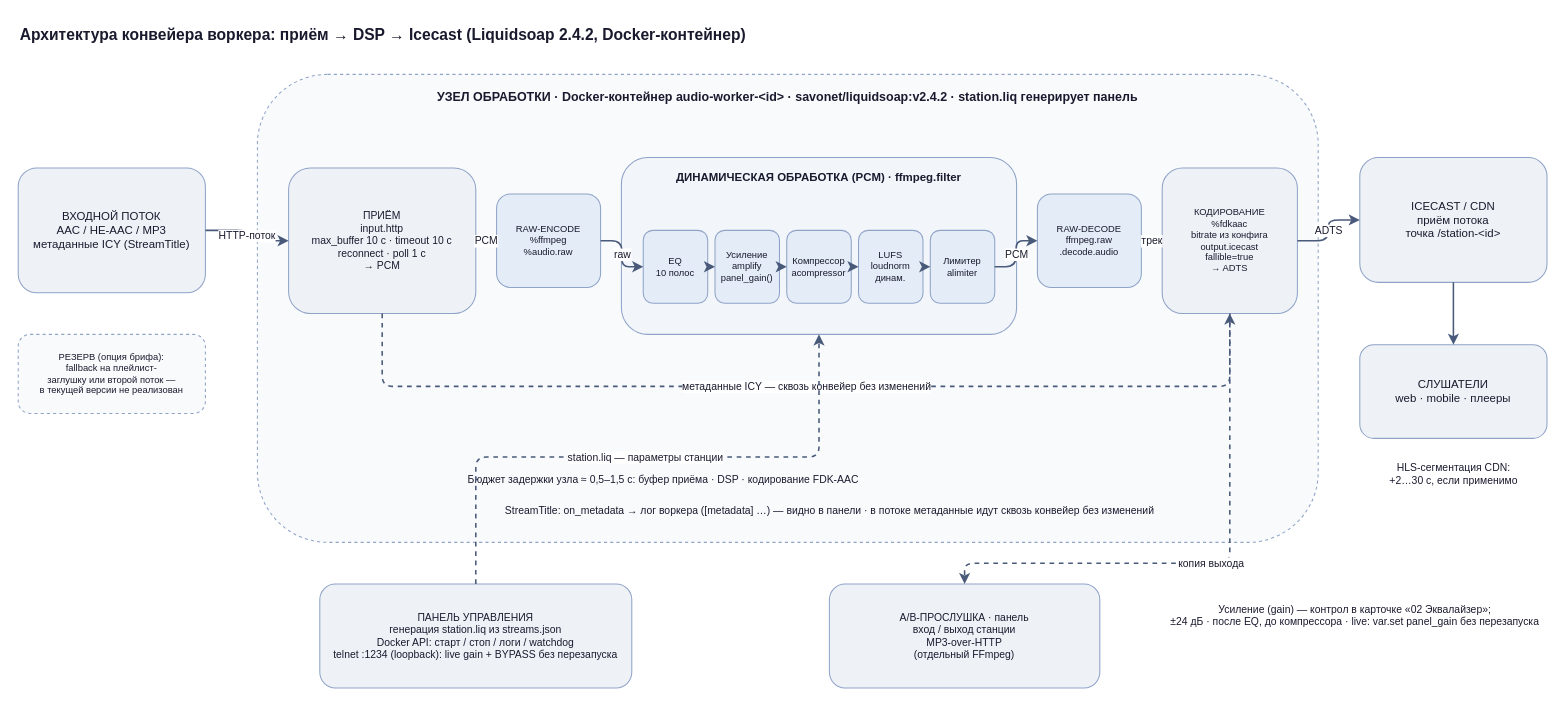
The draw.io diagram Архитектура Liquidsoap конвейера.drawio in svaganov/Dynamics-stream-processing, before the edit. Source tidied: cells renumbered, new cells numbered last; positions are measured from the earlier drawing's top-left corner, leaving out a move shared by most shapes. Both pictures are drawn from the tidied source at 104%, with x=0, y=0 at pixel (18, 18).
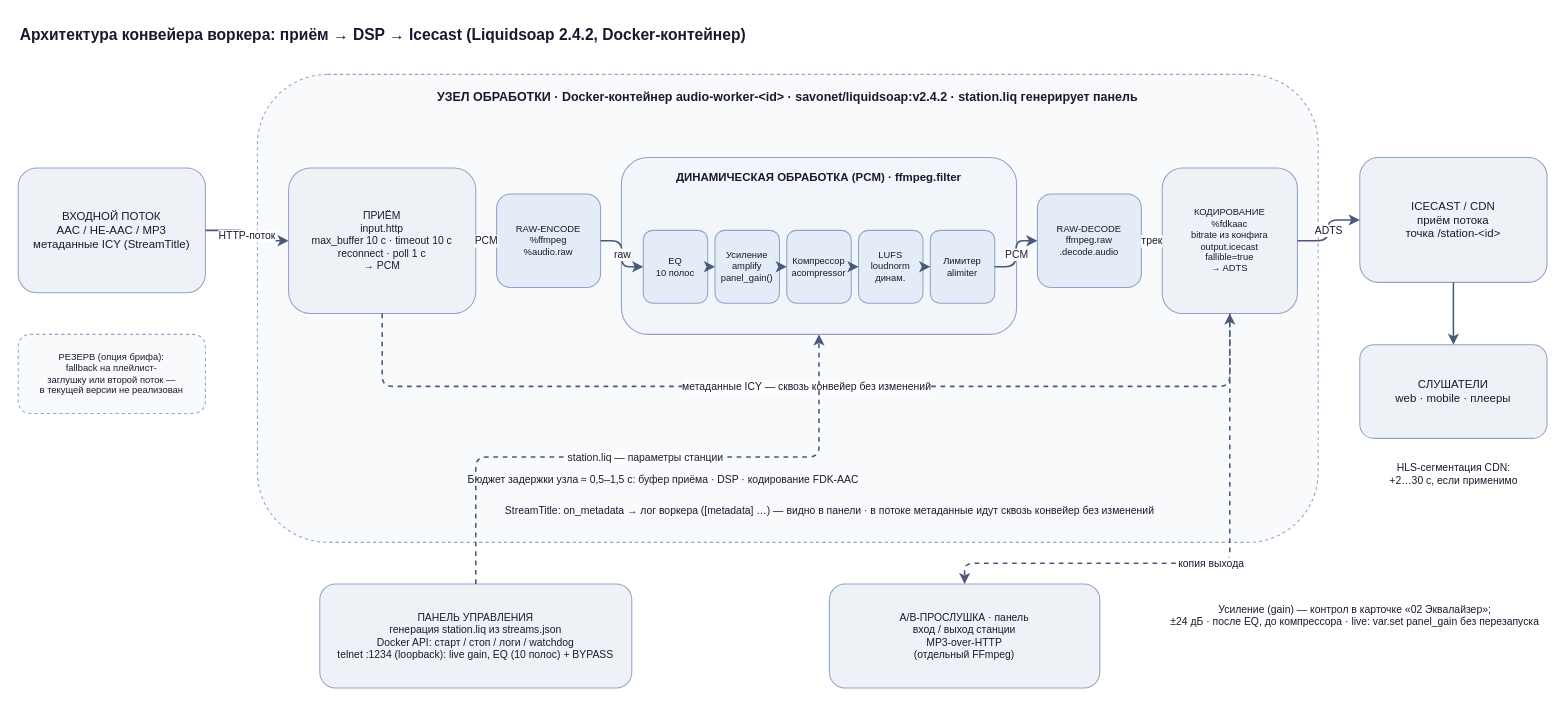
After the change.

Commit message (it also covers changes not shown here):
Живая подстройка полос EQ работающего Liquidsoap-воркера

Change to the diagram source:
```diff
@@
-    <mxCell id="22" value="ПАНЕЛЬ УПРАВЛЕНИЯ&lt;br&gt;генерация station.liq из streams.json&lt;br&gt;Docker API: старт / стоп / логи / watchdog&lt;br&gt;telnet :1234 (loopback): live gain + BYPASS без перезапуска" style="rounded=1;whiteSpace=wrap;html=1;fillColor=#eef2f7;strokeColor=#8fa3c7;fontColor=#1a1a2e;fontSize=10;align=center;verticalAlign=middle;spacing=6;" parent="1" vertex="1">
+    <mxCell id="22" value="ПАНЕЛЬ УПРАВЛЕНИЯ&lt;br&gt;генерация station.liq из streams.json&lt;br&gt;Docker API: старт / стоп / логи / watchdog&lt;br&gt;telnet :1234 (loopback): live gain, EQ (10 полос) + BYPASS" style="rounded=1;whiteSpace=wrap;html=1;fillColor=#eef2f7;strokeColor=#8fa3c7;fontColor=#1a1a2e;fontSize=10;align=center;verticalAlign=middle;spacing=6;" parent="1" vertex="1">
       <mxGeometry x="290" y="544" width="300" height="100" as="geometry" />
     </mxCell>
```
